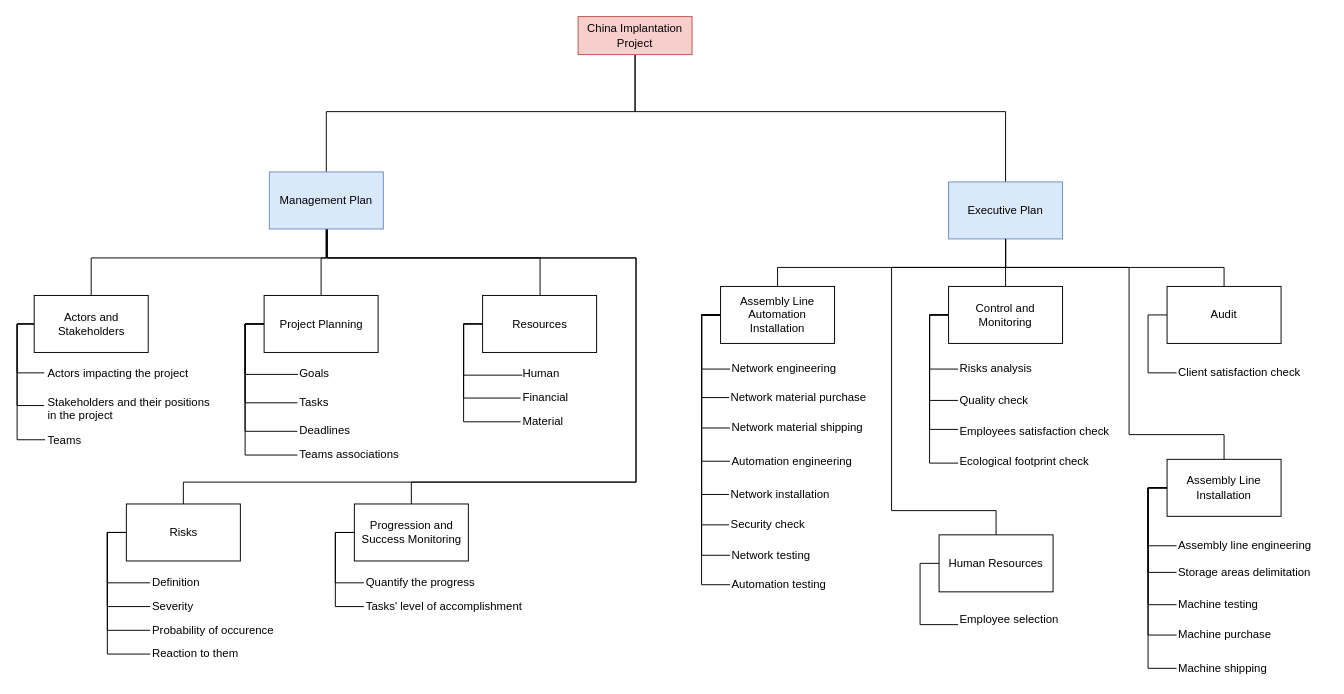
The draw.io diagram WBS Management Inter.drawio in RomainJunca/ManagementInterA5, before the edit. Source tidied: cells renumbered, new cells numbered last; positions are measured from the earlier drawing's top-left corner, leaving out a move shared by most shapes. Both pictures are drawn from the tidied source at 95%, with x=0, y=0 at pixel (16, 16).
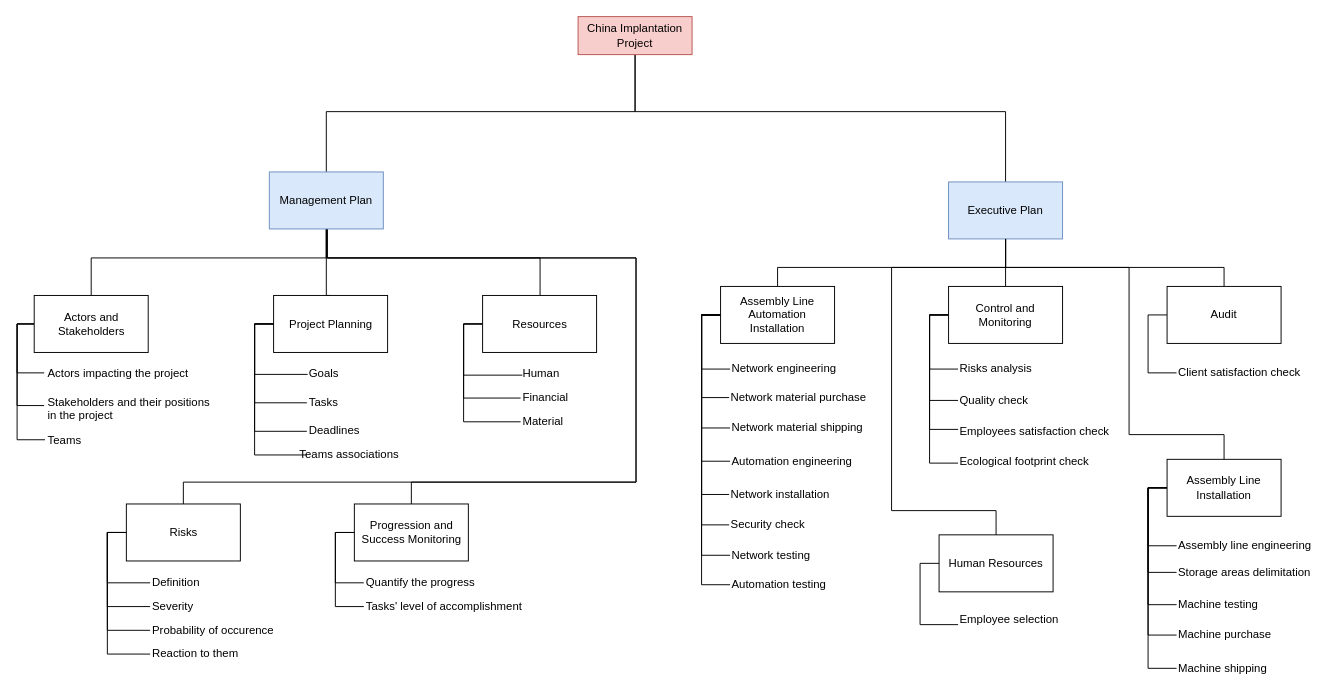
After the change.

The change refers to these unchanged cells:
```xml
<mxCell id="10" value="Management Plan" style="rounded=0;whiteSpace=wrap;html=1;fillColor=#dae8fc;strokeColor=#6c8ebf;" parent="1" vertex="1">
  <mxGeometry x="266" y="163.5" width="120" height="60" as="geometry" />
</mxCell>
<mxCell id="42" value="Teams associations" style="text;html=1;points=[];align=left;verticalAlign=top;spacingTop=-4;" parent="1" vertex="1">
  <mxGeometry x="295.5" y="451" width="120" height="20" as="geometry" />
</mxCell>
```

The edit, as a diff of the source:
```diff
@@
     <mxCell id="6" style="edgeStyle=orthogonalEdgeStyle;rounded=0;jettySize=auto;html=1;entryX=0.5;entryY=0;entryDx=0;entryDy=0;endArrow=none;endFill=0;" parent="1" edge="1" source="10" target="23">
       <mxGeometry relative="1" as="geometry">
         <Array as="points">
-          <mxPoint x="326" y="254" />
-          <mxPoint x="321" y="254" />
+          <mxPoint x="326" y="293" />
         </Array>
       </mxGeometry>
     </mxCell>
@@
     <mxCell id="19" style="edgeStyle=orthogonalEdgeStyle;rounded=0;jettySize=auto;html=1;entryX=0.016;entryY=0.53;entryDx=0;entryDy=0;entryPerimeter=0;endArrow=none;endFill=0;" parent="1" edge="1" source="23" target="39">
       <mxGeometry relative="1" as="geometry">
         <Array as="points">
-          <mxPoint x="240.5" y="323.5" />
-          <mxPoint x="240.5" y="376.5" />
+          <mxPoint x="250.5" y="323.5" />
+          <mxPoint x="250.5" y="376.5" />
         </Array>
       </mxGeometry>
     </mxCell>
     <mxCell id="20" style="edgeStyle=orthogonalEdgeStyle;rounded=0;jettySize=auto;html=1;exitX=0;exitY=0.5;exitDx=0;exitDy=0;endArrow=none;endFill=0;" parent="1" edge="1" source="23" target="40">
       <mxGeometry relative="1" as="geometry">
         <Array as="points">
-          <mxPoint x="240.5" y="323.5" />
-          <mxPoint x="240.5" y="406.5" />
+          <mxPoint x="250.5" y="323.5" />
+          <mxPoint x="250.5" y="406.5" />
         </Array>
       </mxGeometry>
     </mxCell>
     <mxCell id="21" style="edgeStyle=orthogonalEdgeStyle;rounded=0;jettySize=auto;html=1;exitX=0;exitY=0.5;exitDx=0;exitDy=0;endArrow=none;endFill=0;" parent="1" edge="1" source="23" target="41">
       <mxGeometry relative="1" as="geometry">
         <Array as="points">
-          <mxPoint x="240.5" y="323.5" />
-          <mxPoint x="240.5" y="436.5" />
+          <mxPoint x="250.5" y="323.5" />
+          <mxPoint x="250.5" y="436.5" />
         </Array>
       </mxGeometry>
     </mxCell>
-    <mxCell id="22" style="edgeStyle=orthogonalEdgeStyle;rounded=0;jettySize=auto;html=1;exitX=0;exitY=0.5;exitDx=0;exitDy=0;endArrow=none;endFill=0;" parent="1" edge="1" source="23" target="42">
+    <mxCell id="22" style="edgeStyle=orthogonalEdgeStyle;rounded=0;jettySize=auto;html=1;exitX=0;exitY=0.5;exitDx=0;exitDy=0;endArrow=none;endFill=0;" parent="1" edge="1" source="23">
       <mxGeometry relative="1" as="geometry">
+        <mxPoint x="305.5" y="461.4" as="targetPoint" />
         <Array as="points">
-          <mxPoint x="240.5" y="323.5" />
-          <mxPoint x="240.5" y="461.5" />
+          <mxPoint x="250.5" y="323.5" />
+          <mxPoint x="250.5" y="461.5" />
         </Array>
       </mxGeometry>
     </mxCell>
     <mxCell id="23" value="Project Planning" style="rounded=0;whiteSpace=wrap;html=1;" parent="1" vertex="1">
-      <mxGeometry x="260.5" y="293.5" width="120" height="60" as="geometry" />
+      <mxGeometry x="270.5" y="293.5" width="120" height="60" as="geometry" />
     </mxCell>
@@
     <mxCell id="39" value="Goals" style="text;html=1;points=[];align=left;verticalAlign=top;spacingTop=-4;" parent="1" vertex="1">
-      <mxGeometry x="295.5" y="366" width="50" height="20" as="geometry" />
+      <mxGeometry x="305.5" y="366" width="50" height="20" as="geometry" />
     </mxCell>
     <mxCell id="40" value="Tasks" style="text;html=1;points=[];align=left;verticalAlign=top;spacingTop=-4;" parent="1" vertex="1">
-      <mxGeometry x="295.5" y="396" width="50" height="20" as="geometry" />
+      <mxGeometry x="305.5" y="396" width="50" height="20" as="geometry" />
     </mxCell>
     <mxCell id="41" value="Deadlines" style="text;html=1;points=[];align=left;verticalAlign=top;spacingTop=-4;" parent="1" vertex="1">
-      <mxGeometry x="295.5" y="426" width="70" height="20" as="geometry" />
+      <mxGeometry x="305.5" y="426" width="70" height="20" as="geometry" />
     </mxCell>
```
